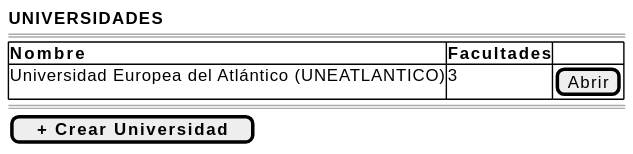
This is images/RUP/01-requisitos/03-detalle-casos-uso/abrirUniversidades/wireframe.svg from mmasias/pyCeldaPublico, a PlantUML export, as it was before one commit.
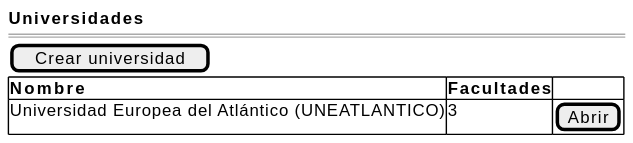
Above is the later version.

Change to the diagram source:
```diff
@@ -1,12 +1,11 @@
 @startsalt abrirUniversidades-wireframe
 {
-    <b>UNIVERSIDADES</b>
+    <b>Universidades</b>
     ====
+    [Crear universidad]
     {#
         <b>Nombre | <b>Facultades | .
         Universidad Europea del Atlántico (UNEATLANTICO) | 3 | [Abrir]
     }
-    ====
-    [ <b>+ Crear Universidad</b> ]
 }
 @endsalt
```
